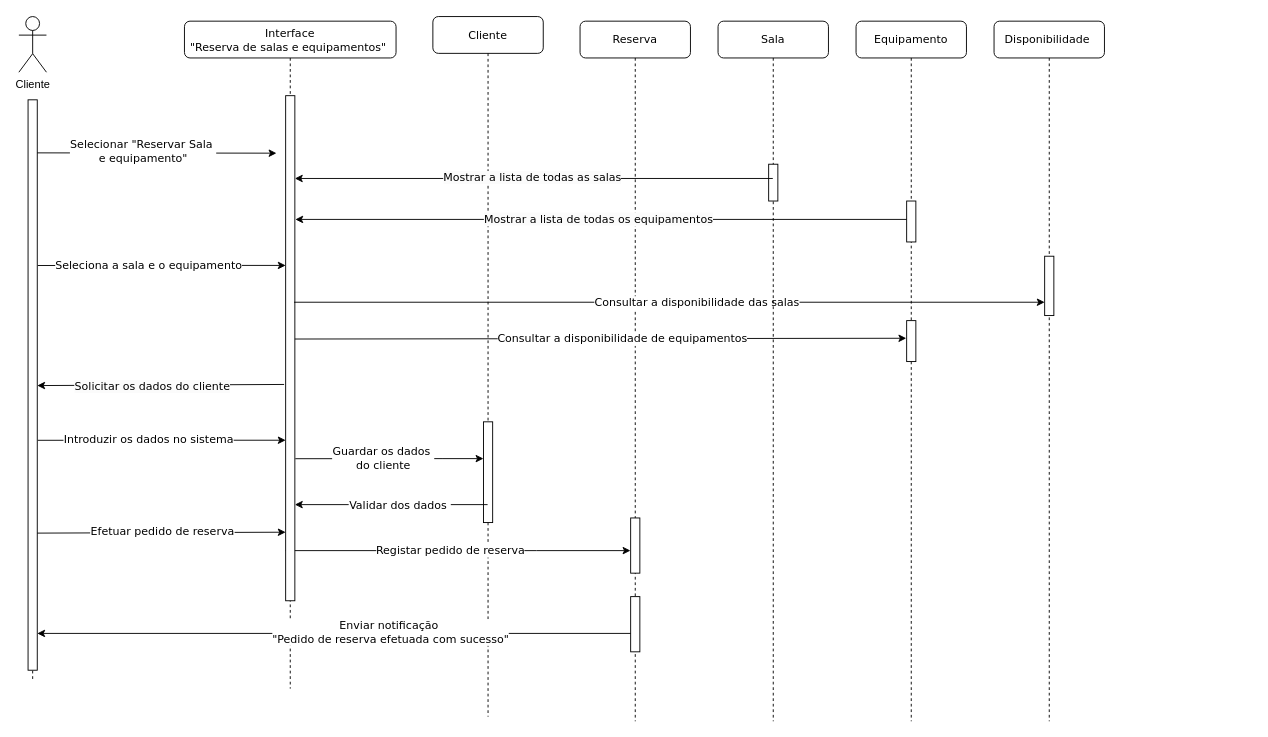
ic3K1ng/Rooms-Equipments keeps this draw.io diagram as page "Diagrama de Sequência" (1 of 2) of UMLDiagram.drawio. Above is the earlier version. Source tidied: cells renumbered, new cells numbered last; positions are measured from the earlier drawing's top-left corner, leaving out a move shared by most shapes. Both pictures are drawn from the tidied source at 92%, with x=0, y=0 at pixel (18, 17).
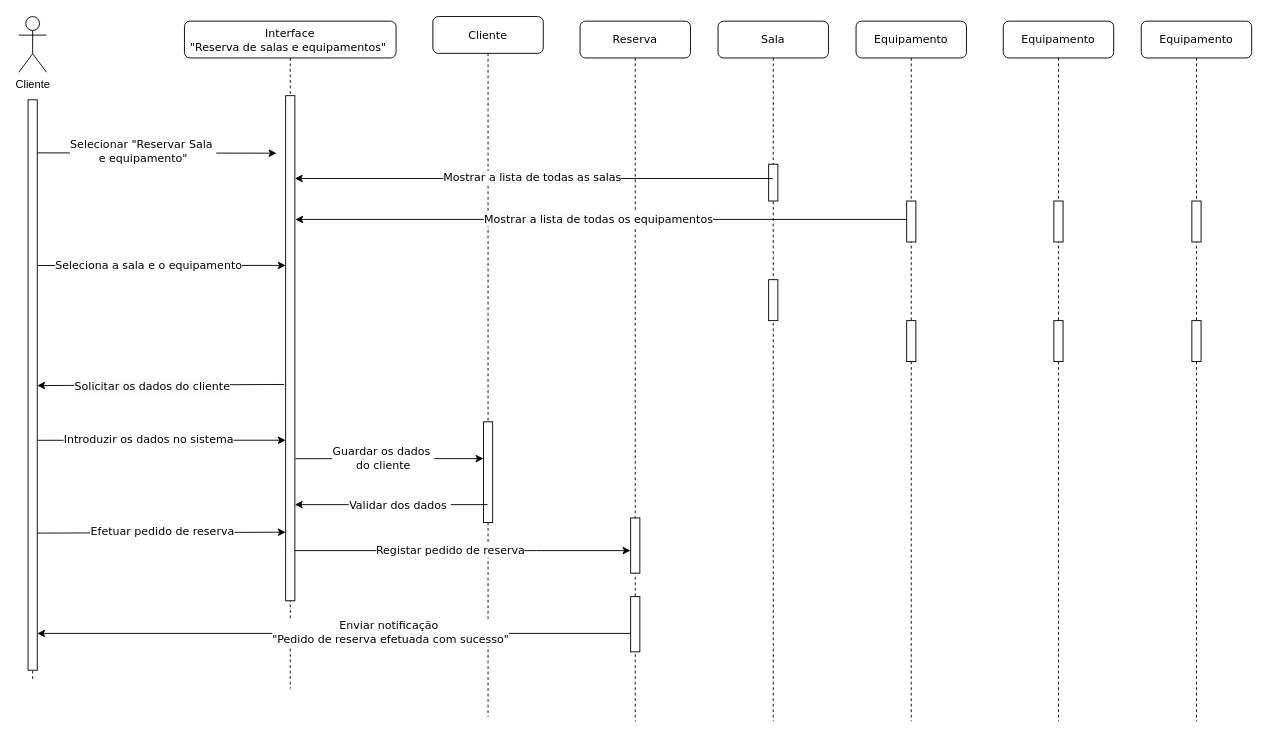
The same page after the edit.

The change refers to these unchanged cells:
```xml
<mxCell id="31" style="html=1;points=[];perimeter=orthogonalPerimeter;rounded=0;shadow=0;comic=0;labelBackgroundColor=none;strokeWidth=1;fontFamily=Verdana;fontSize=12;align=center;" parent="29" vertex="1">
  <mxGeometry x="55" y="325.5" width="10" height="44.5" as="geometry" />
</mxCell>
<mxCell id="34" value="Sala" style="shape=umlLifeline;perimeter=lifelinePerimeter;whiteSpace=wrap;html=1;rounded=1;shadow=0;comic=0;labelBackgroundColor=none;strokeWidth=1;fontFamily=Verdana;fontSize=12;align=center;" parent="1" vertex="1">
  <mxGeometry x="760" y="4.5" width="120" height="761" as="geometry" />
</mxCell>
```

The edit, as a diff of the source:
```diff
@@
-    <mxCell id="23" value="Disponibilidade&amp;nbsp;" style="shape=umlLifeline;perimeter=lifelinePerimeter;whiteSpace=wrap;html=1;rounded=1;shadow=0;comic=0;labelBackgroundColor=none;strokeWidth=1;fontFamily=Verdana;fontSize=12;align=center;" parent="1" vertex="1">
-      <mxGeometry x="1060" y="4.5" width="120" height="761" as="geometry" />
-    </mxCell>
-    <mxCell id="24" style="html=1;perimeter=orthogonalPerimeter;rounded=0;shadow=0;comic=0;labelBackgroundColor=none;strokeWidth=1;fontFamily=Verdana;fontSize=12;align=center;" parent="23" vertex="1">
-      <mxGeometry x="55" y="255.5" width="10" height="64.5" as="geometry" />
-    </mxCell>
-    <mxCell id="25" style="endArrow=none;html=1;rounded=0;labelBackgroundColor=none;fontColor=default;entryX=1.36;entryY=0.139;entryDx=0;entryDy=0;entryPerimeter=0;startArrow=classic;startFill=1;endFill=0;exitX=-0.04;exitY=0.431;exitDx=0;exitDy=0;exitPerimeter=0;" parent="23" edge="1" source="31">
-      <mxGeometry x="-0.03" y="-74" relative="1" as="geometry">
-        <mxPoint x="-760" y="345.5" as="targetPoint" />
-      </mxGeometry>
-    </mxCell>
-    <mxCell id="26" value="&lt;font style=&quot;font-size: 12px;&quot;&gt;Consultar a disponibilidade de equipamentos&lt;/font&gt;" style="edgeLabel;html=1;align=center;verticalAlign=middle;fontFamily=Verdana;fontSize=12;" parent="25" vertex="1">
-      <mxGeometry x="-0.07" relative="1" as="geometry" />
-    </mxCell>
-    <mxCell id="27" style="endArrow=none;html=1;rounded=0;labelBackgroundColor=none;fontColor=default;entryX=1.36;entryY=0.139;entryDx=0;entryDy=0;entryPerimeter=0;startArrow=classic;startFill=1;endFill=0;fontSize=18;" parent="23" edge="1">
-      <mxGeometry x="-0.02" y="-32" relative="1" as="geometry">
-        <mxPoint x="55" y="305.5" as="sourcePoint" />
-        <mxPoint x="-760.9" y="305.5" as="targetPoint" />
-      </mxGeometry>
-    </mxCell>
-    <mxCell id="28" value="&lt;font style=&quot;font-size: 12px;&quot;&gt;Consultar a disponibilidade das salas&lt;/font&gt;" style="edgeLabel;html=1;align=center;verticalAlign=middle;fontFamily=Verdana;fontSize=12;" parent="27" vertex="1">
-      <mxGeometry x="-0.07" relative="1" as="geometry" />
-    </mxCell>
@@
+    <mxCell id="46" style="html=1;perimeter=orthogonalPerimeter;rounded=0;shadow=0;comic=0;labelBackgroundColor=none;strokeWidth=1;fontFamily=Verdana;fontSize=12;align=center;" parent="34" vertex="1">
+      <mxGeometry x="55" y="281" width="10" height="44.5" as="geometry" />
+    </mxCell>
@@
+    <mxCell id="47" value="Equipamento" style="shape=umlLifeline;perimeter=lifelinePerimeter;whiteSpace=wrap;html=1;rounded=1;shadow=0;comic=0;labelBackgroundColor=none;strokeWidth=1;fontFamily=Verdana;fontSize=12;align=center;" parent="1" vertex="1">
+      <mxGeometry x="1070" y="4.5" width="120" height="761" as="geometry" />
+    </mxCell>
+    <mxCell id="48" style="html=1;perimeter=orthogonalPerimeter;rounded=0;shadow=0;comic=0;labelBackgroundColor=none;strokeWidth=1;fontFamily=Verdana;fontSize=12;align=center;" parent="47" vertex="1">
+      <mxGeometry x="55" y="195.5" width="10" height="44.5" as="geometry" />
+    </mxCell>
+    <mxCell id="49" style="html=1;perimeter=orthogonalPerimeter;rounded=0;shadow=0;comic=0;labelBackgroundColor=none;strokeWidth=1;fontFamily=Verdana;fontSize=12;align=center;" parent="47" vertex="1">
+      <mxGeometry x="55" y="325.5" width="10" height="44.5" as="geometry" />
+    </mxCell>
+    <mxCell id="50" value="Equipamento" style="shape=umlLifeline;perimeter=lifelinePerimeter;whiteSpace=wrap;html=1;rounded=1;shadow=0;comic=0;labelBackgroundColor=none;strokeWidth=1;fontFamily=Verdana;fontSize=12;align=center;" parent="1" vertex="1">
+      <mxGeometry x="1220" y="4.5" width="120" height="761" as="geometry" />
+    </mxCell>
+    <mxCell id="51" style="html=1;perimeter=orthogonalPerimeter;rounded=0;shadow=0;comic=0;labelBackgroundColor=none;strokeWidth=1;fontFamily=Verdana;fontSize=12;align=center;" parent="50" vertex="1">
+      <mxGeometry x="55" y="195.5" width="10" height="44.5" as="geometry" />
+    </mxCell>
+    <mxCell id="52" style="html=1;perimeter=orthogonalPerimeter;rounded=0;shadow=0;comic=0;labelBackgroundColor=none;strokeWidth=1;fontFamily=Verdana;fontSize=12;align=center;" parent="50" vertex="1">
+      <mxGeometry x="55" y="325.5" width="10" height="44.5" as="geometry" />
+    </mxCell>
```
